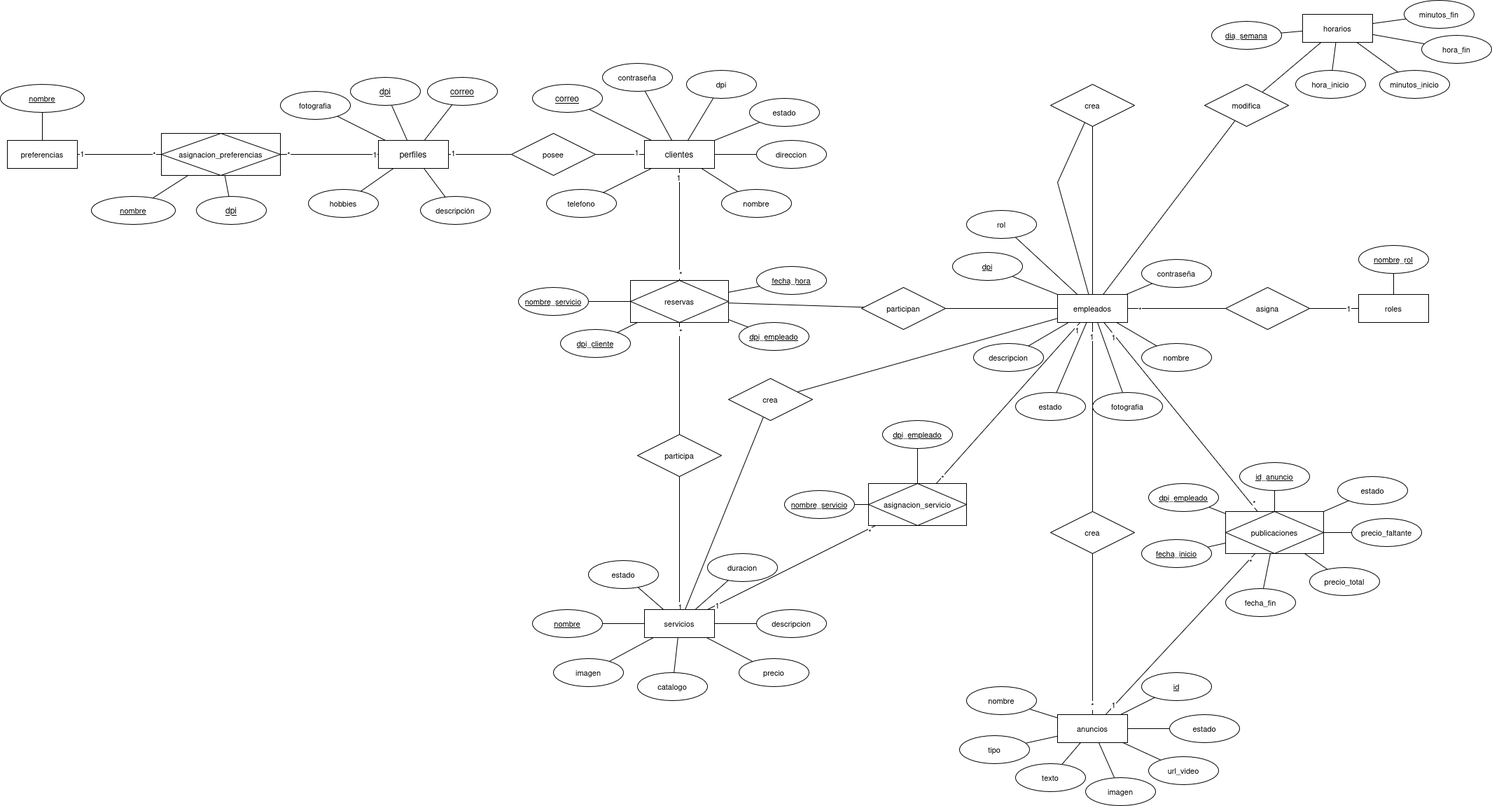
Emahch/Proyecto-2-IPC2-PS-2025 keeps this draw.io diagram as Documentación/Proyecto2-IPC2-PS-2025.drawio.png. Above is the earlier version. Source tidied: cells renumbered, new cells last; positions are measured from the earlier drawing's top-left corner, leaving out a move shared by most shapes.
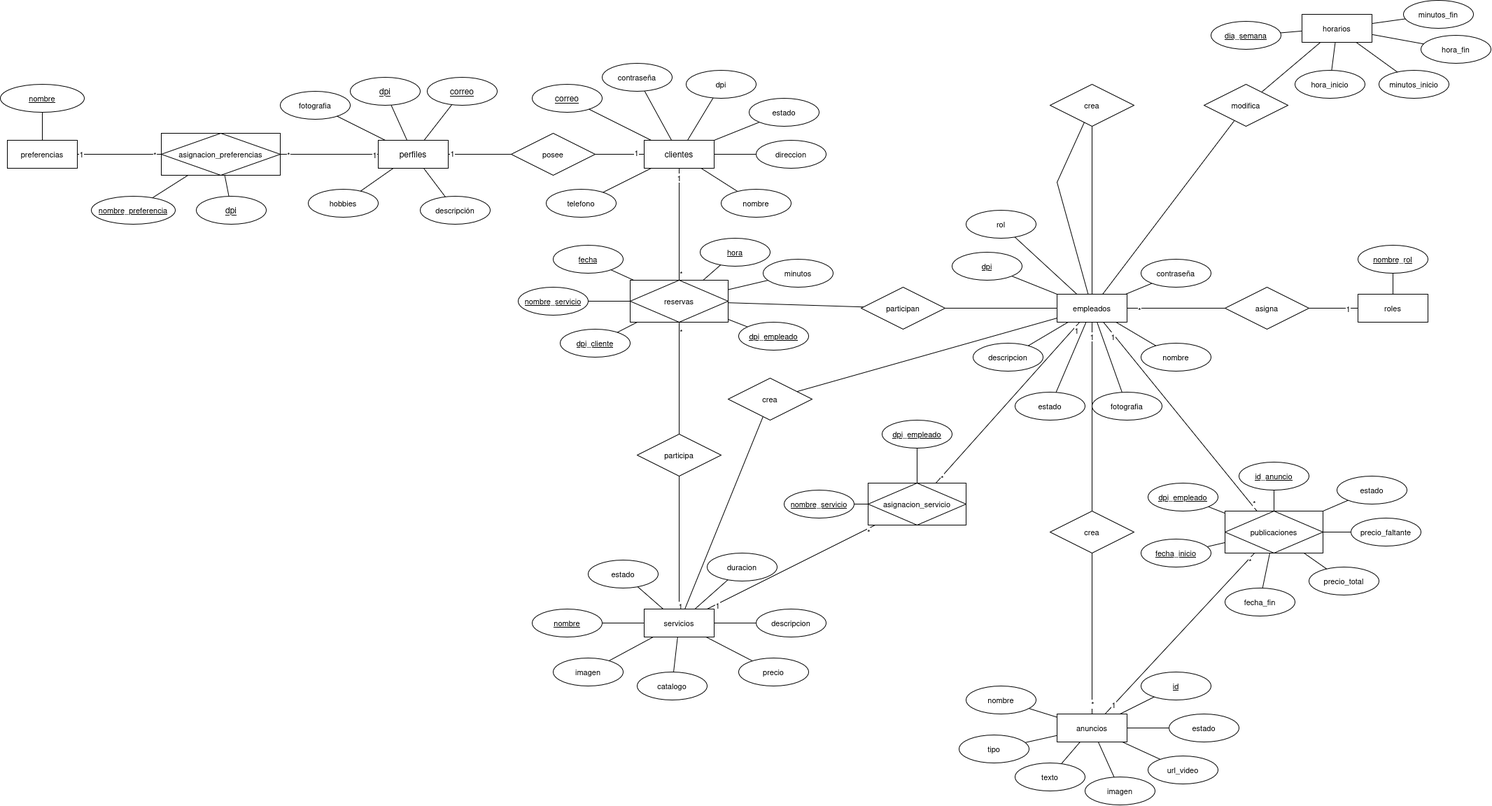
After the commit.

The edit, as a diff of the source:
```diff
@@ -109,7 +109,7 @@
     <mxCell id="36" style="edgeStyle=none;shape=connector;rounded=0;jettySize=auto;html=1;strokeColor=default;align=center;verticalAlign=middle;fontFamily=Helvetica;fontSize=11;fontColor=default;labelBackgroundColor=default;startFill=0;endArrow=none;" parent="1" edge="1" source="37" target="33">
       <mxGeometry relative="1" as="geometry" />
     </mxCell>
-    <mxCell id="37" value="nombre" style="ellipse;whiteSpace=wrap;html=1;align=center;fontStyle=4;fontFamily=Helvetica;fontSize=11;fontColor=default;labelBackgroundColor=default;" parent="1" vertex="1">
+    <mxCell id="37" value="nombre_preferencia" style="ellipse;whiteSpace=wrap;html=1;align=center;fontStyle=4;fontFamily=Helvetica;fontSize=11;fontColor=default;labelBackgroundColor=default;" parent="1" vertex="1">
       <mxGeometry x="130" y="280" width="120" height="40" as="geometry" />
     </mxCell>
     <mxCell id="38" style="edgeStyle=none;shape=connector;rounded=0;jettySize=auto;html=1;strokeColor=default;align=center;verticalAlign=middle;fontFamily=Helvetica;fontSize=11;fontColor=default;labelBackgroundColor=default;startFill=0;endArrow=none;" parent="1" edge="1" source="39" target="33">
@@ -226,8 +226,8 @@
     <mxCell id="75" style="edgeStyle=none;shape=connector;rounded=0;jettySize=auto;html=1;strokeColor=default;align=center;verticalAlign=middle;fontFamily=Helvetica;fontSize=11;fontColor=default;labelBackgroundColor=default;startFill=0;endArrow=none;" parent="1" edge="1" source="76" target="56">
       <mxGeometry relative="1" as="geometry" />
     </mxCell>
-    <mxCell id="76" value="&lt;u&gt;fecha_hora&lt;/u&gt;" style="ellipse;whiteSpace=wrap;html=1;align=center;fontFamily=Helvetica;fontSize=11;fontColor=default;labelBackgroundColor=default;" parent="1" vertex="1">
-      <mxGeometry x="1080" y="380" width="100" height="40" as="geometry" />
+    <mxCell id="76" value="&lt;u&gt;fecha&lt;/u&gt;" style="ellipse;whiteSpace=wrap;html=1;align=center;fontFamily=Helvetica;fontSize=11;fontColor=default;labelBackgroundColor=default;" parent="1" vertex="1">
+      <mxGeometry x="790" y="350" width="100" height="40" as="geometry" />
     </mxCell>
     <mxCell id="77" style="edgeStyle=none;shape=connector;rounded=0;jettySize=auto;html=1;strokeColor=default;align=center;verticalAlign=middle;fontFamily=Helvetica;fontSize=11;fontColor=default;labelBackgroundColor=default;startFill=0;endArrow=none;" parent="1" edge="1" source="78" target="56">
       <mxGeometry relative="1" as="geometry" />
@@ -535,5 +535,17 @@
     <mxCell id="176" style="edgeStyle=none;shape=connector;rounded=0;jettySize=auto;html=1;strokeColor=default;align=center;verticalAlign=middle;fontFamily=Helvetica;fontSize=11;fontColor=default;labelBackgroundColor=default;startFill=0;endArrow=none;" parent="1" edge="1" source="175" target="160">
       <mxGeometry relative="1" as="geometry" />
     </mxCell>
+    <mxCell id="177" value="&lt;u&gt;hora&lt;/u&gt;" style="ellipse;whiteSpace=wrap;html=1;align=center;fontFamily=Helvetica;fontSize=11;fontColor=default;labelBackgroundColor=default;" parent="1" vertex="1">
+      <mxGeometry x="1000" y="340" width="100" height="40" as="geometry" />
+    </mxCell>
+    <mxCell id="178" style="edgeStyle=none;shape=connector;rounded=0;jettySize=auto;html=1;strokeColor=default;align=center;verticalAlign=middle;fontFamily=Helvetica;fontSize=11;fontColor=default;labelBackgroundColor=default;startFill=0;endArrow=none;" parent="1" edge="1" source="56" target="177">
+      <mxGeometry relative="1" as="geometry" />
+    </mxCell>
+    <mxCell id="179" value="minutos" style="ellipse;whiteSpace=wrap;html=1;align=center;fontFamily=Helvetica;fontSize=11;fontColor=default;labelBackgroundColor=default;" parent="1" vertex="1">
+      <mxGeometry x="1090" y="370" width="100" height="40" as="geometry" />
+    </mxCell>
+    <mxCell id="180" style="edgeStyle=none;shape=connector;rounded=0;jettySize=auto;html=1;strokeColor=default;align=center;verticalAlign=middle;fontFamily=Helvetica;fontSize=11;fontColor=default;labelBackgroundColor=default;startFill=0;endArrow=none;" parent="1" edge="1" source="56" target="179">
+      <mxGeometry relative="1" as="geometry" />
+    </mxCell>
   </root>
 </mxGraphModel>
```
